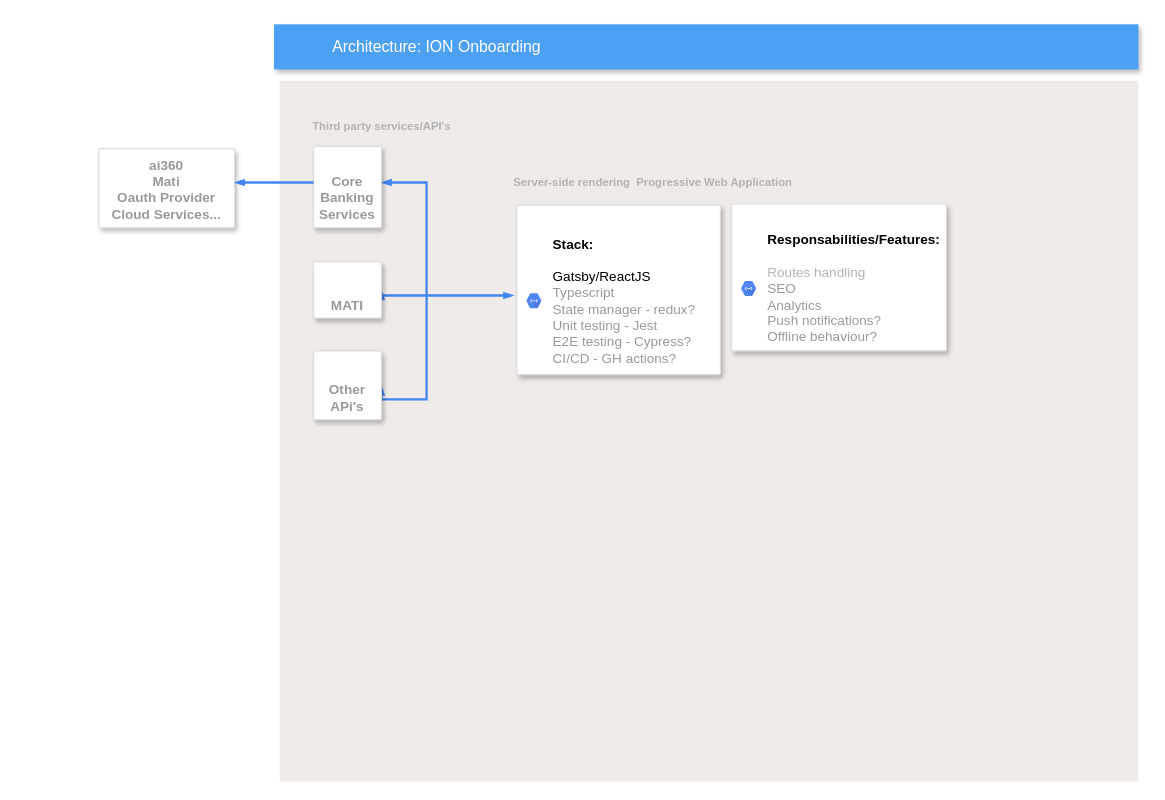
Earlier version of the draw.io diagram src/ION Onboarding Architecture.drawio (axnotliztac10/baraton-store). Source tidied: cells renumbered, new cells numbered last; positions are measured from the earlier drawing's top-left corner, leaving out a move shared by most shapes. Both pictures are drawn from the tidied source at 113%, with x=0, y=0 at pixel (98, 24).
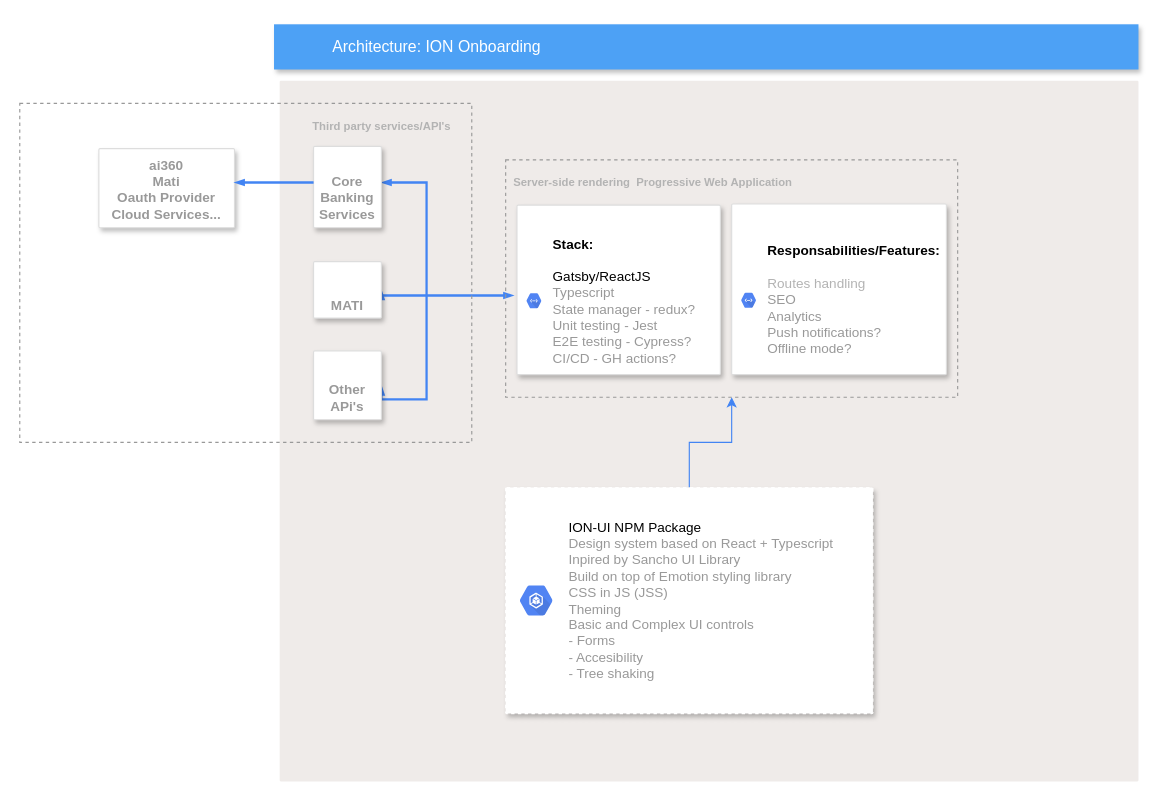
The same diagram, later.

Diff of the diagram source:
```diff
@@
     <mxCell id="15" style="strokeColor=#dddddd;fillColor=#ffffff;shadow=1;strokeWidth=1;rounded=1;absoluteArcSize=1;arcSize=2;fontSize=14;fontColor=#808080;align=left;html=1;" parent="1" vertex="1">
-      <mxGeometry x="560" y="159" width="190" height="130" as="geometry" />
+      <mxGeometry x="560" y="159" width="190" height="151" as="geometry" />
     </mxCell>
-    <mxCell id="16" value="&lt;b style=&quot;color: rgb(0 , 0 , 0)&quot;&gt;Responsabilities/Features:&lt;/b&gt;&lt;br&gt;&lt;br&gt;&lt;font color=&quot;#b3b3b3&quot;&gt;Routes handling&lt;br&gt;&lt;/font&gt;SEO&lt;br&gt;Analytics&lt;br&gt;Push notifications?&lt;br&gt;Offline behaviour?&lt;br&gt;" style="dashed=0;html=1;fillColor=#5184F3;strokeColor=none;shape=mxgraph.gcp2.hexIcon;prIcon=cloud_endpoints;labelPosition=right;verticalLabelPosition=middle;align=left;verticalAlign=middle;spacingLeft=5;fontColor=#999999;fontSize=12;" parent="15" vertex="1">
+    <mxCell id="16" value="&lt;b style=&quot;color: rgb(0 , 0 , 0)&quot;&gt;Responsabilities/Features:&lt;/b&gt;&lt;br&gt;&lt;br&gt;&lt;font color=&quot;#b3b3b3&quot;&gt;Routes handling&lt;br&gt;&lt;/font&gt;SEO&lt;br&gt;Analytics&lt;br&gt;Push notifications?&lt;br&gt;Offline mode?" style="dashed=0;html=1;fillColor=#5184F3;strokeColor=none;shape=mxgraph.gcp2.hexIcon;prIcon=cloud_endpoints;labelPosition=right;verticalLabelPosition=middle;align=left;verticalAlign=middle;spacingLeft=5;fontColor=#999999;fontSize=12;" parent="15" vertex="1">
       <mxGeometry y="0.5" width="20" height="19.5" relative="1" as="geometry">
         <mxPoint x="5" as="offset" />
       </mxGeometry>
     </mxCell>
+    <mxCell id="17" style="whiteSpace=wrap;html=1;strokeWidth=1;fontSize=10;fillColor=none;dashed=1;strokeColor=#999999;" parent="1" vertex="1">
+      <mxGeometry x="360" y="120" width="400" height="210" as="geometry" />
+    </mxCell>
+    <mxCell id="18" style="whiteSpace=wrap;html=1;strokeWidth=1;fontSize=10;fillColor=none;dashed=1;strokeColor=#999999;" parent="1" vertex="1">
+      <mxGeometry x="-70" y="70" width="400" height="300" as="geometry" />
+    </mxCell>
+    <mxCell id="19" style="edgeStyle=orthogonalEdgeStyle;rounded=0;jettySize=auto;html=1;fontSize=10;fillColor=#dae8fc;strokeColor=#4284F3;" parent="1" edge="1" source="20" target="17">
+      <mxGeometry relative="1" as="geometry" />
+    </mxCell>
+    <mxCell id="20" style="shadow=1;strokeWidth=1;rounded=1;absoluteArcSize=1;arcSize=2;dashed=1;fontSize=10;strokeColor=#FFFFFF;" parent="1" vertex="1">
+      <mxGeometry x="360" y="410" width="325" height="200" as="geometry" />
+    </mxCell>
+    <mxCell id="21" value="&lt;font color=&quot;#000000&quot;&gt;ION-UI NPM Package&lt;/font&gt;&lt;br&gt;Design system based on React + Typescript&lt;br&gt;Inpired by Sancho UI Library&lt;br&gt;Build on top of Emotion styling library&lt;br&gt;CSS in JS (JSS)&lt;br&gt;Theming&lt;br&gt;Basic and Complex UI controls&lt;br&gt;- Forms&lt;br&gt;- Accesibility&lt;br&gt;- Tree shaking" style="dashed=0;html=1;fillColor=#5184F3;strokeColor=none;shape=mxgraph.gcp2.hexIcon;prIcon=container_engine;labelPosition=right;verticalLabelPosition=middle;align=left;verticalAlign=middle;spacingLeft=5;fontColor=#999999;fontSize=12;" parent="20" vertex="1">
+      <mxGeometry y="0.5" width="44" height="39" relative="1" as="geometry">
+        <mxPoint x="5" y="-19.5" as="offset" />
+      </mxGeometry>
+    </mxCell>
```
